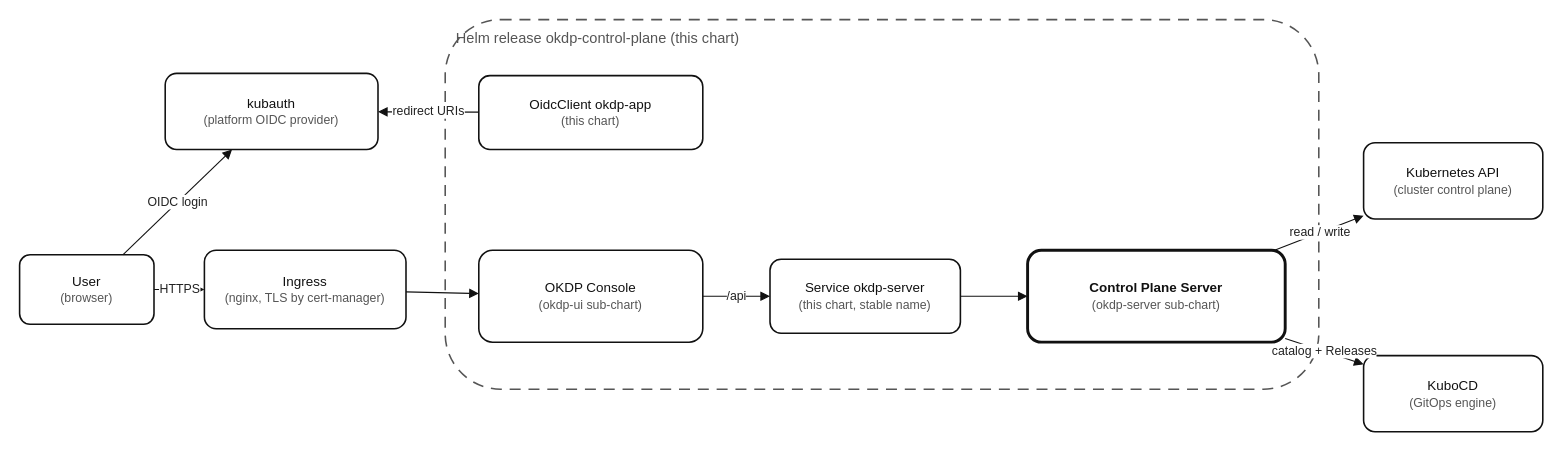
Before: docs/assets/architecture.drawio in OKDP/okdp-control-plane-charts, a draw.io diagram. Source tidied: cells renumbered, new cells numbered last; positions are measured from the earlier drawing's top-left corner, leaving out a move shared by most shapes. Both pictures are drawn from the tidied source at 112%, with x=0, y=0 at pixel (19, 19).
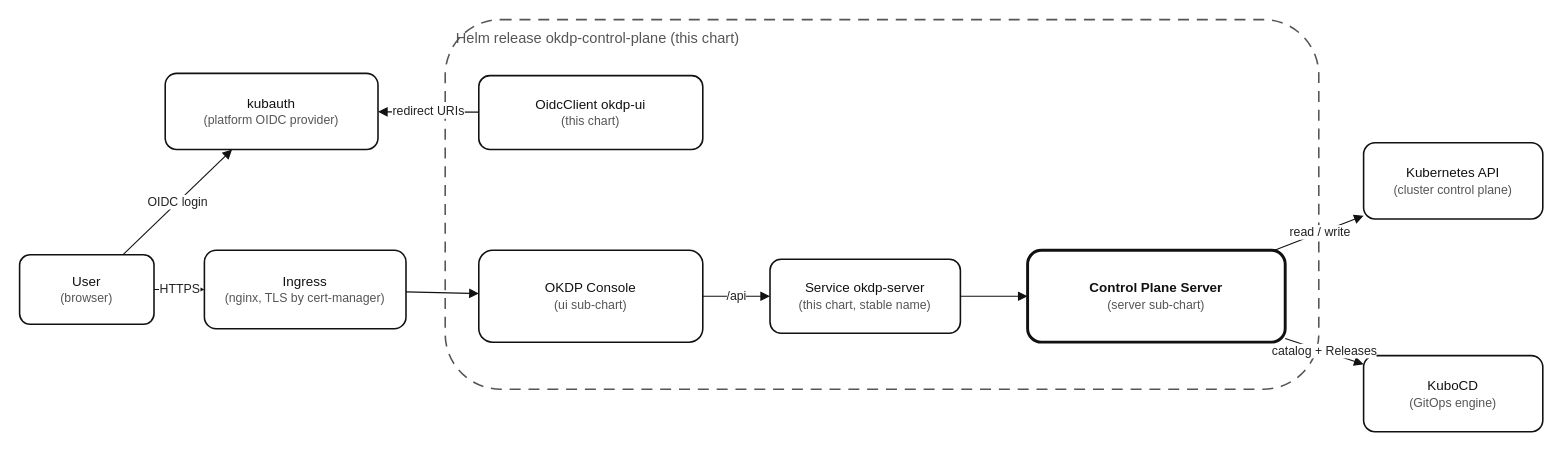
After the change.

What changed in the source:
```diff
@@
 <mxGraphModel>
   <root>
     <mxCell id="0" />
     <mxCell id="1" parent="0" />
     <mxCell id="2" value="Helm release okdp-control-plane (this chart)" style="rounded=1;whiteSpace=wrap;html=1;dashed=1;dashPattern=7 5;fillColor=none;strokeColor=#555555;strokeWidth=1.4;fontColor=#555555;fontSize=13;verticalAlign=top;align=left;spacingLeft=8;spacingTop=2;" parent="1" vertex="1">
       <mxGeometry x="380" width="780" height="330" as="geometry" />
     </mxCell>
     <mxCell id="3" value="User&lt;br&gt;&lt;font style=&quot;font-size:11px&quot; color=&quot;#555555&quot;&gt;(browser)&lt;/font&gt;" style="rounded=1;whiteSpace=wrap;html=1;fillColor=#ffffff;strokeColor=#111111;fontColor=#111111;strokeWidth=1.4;" parent="1" vertex="1">
       <mxGeometry y="210" width="120" height="62" as="geometry" />
     </mxCell>
     <mxCell id="4" value="Ingress&lt;br&gt;&lt;font style=&quot;font-size:11px&quot; color=&quot;#555555&quot;&gt;(nginx, TLS by cert-manager)&lt;/font&gt;" style="rounded=1;whiteSpace=wrap;html=1;fillColor=#ffffff;strokeColor=#111111;fontColor=#111111;strokeWidth=1.4;" parent="1" vertex="1">
       <mxGeometry x="165" y="206" width="180" height="70" as="geometry" />
     </mxCell>
     <mxCell id="5" value="kubauth&lt;br&gt;&lt;font style=&quot;font-size:11px&quot; color=&quot;#555555&quot;&gt;(platform OIDC provider)&lt;/font&gt;" style="rounded=1;whiteSpace=wrap;html=1;fillColor=#ffffff;strokeColor=#111111;fontColor=#111111;strokeWidth=1.4;" parent="1" vertex="1">
       <mxGeometry x="130" y="48" width="190" height="68" as="geometry" />
     </mxCell>
-    <mxCell id="6" value="OidcClient okdp-app&lt;br&gt;&lt;font style=&quot;font-size:11px&quot; color=&quot;#555555&quot;&gt;(this chart)&lt;/font&gt;" style="rounded=1;whiteSpace=wrap;html=1;fillColor=#ffffff;strokeColor=#111111;fontColor=#111111;strokeWidth=1.4;" parent="1" vertex="1">
+    <mxCell id="6" value="OidcClient okdp-ui&lt;br&gt;&lt;font style=&quot;font-size:11px&quot; color=&quot;#555555&quot;&gt;(this chart)&lt;/font&gt;" style="rounded=1;whiteSpace=wrap;html=1;fillColor=#ffffff;strokeColor=#111111;fontColor=#111111;strokeWidth=1.4;" parent="1" vertex="1">
       <mxGeometry x="410" y="50" width="200" height="66" as="geometry" />
     </mxCell>
-    <mxCell id="7" value="OKDP Console&lt;br&gt;&lt;font style=&quot;font-size:11px&quot; color=&quot;#555555&quot;&gt;(okdp-ui sub-chart)&lt;/font&gt;" style="rounded=1;whiteSpace=wrap;html=1;fillColor=#ffffff;strokeColor=#111111;fontColor=#111111;strokeWidth=1.4;" parent="1" vertex="1">
+    <mxCell id="7" value="OKDP Console&lt;br&gt;&lt;font style=&quot;font-size:11px&quot; color=&quot;#555555&quot;&gt;(ui sub-chart)&lt;/font&gt;" style="rounded=1;whiteSpace=wrap;html=1;fillColor=#ffffff;strokeColor=#111111;fontColor=#111111;strokeWidth=1.4;" parent="1" vertex="1">
       <mxGeometry x="410" y="206" width="200" height="82" as="geometry" />
     </mxCell>
     <mxCell id="8" value="Service okdp-server&lt;br&gt;&lt;font style=&quot;font-size:11px&quot; color=&quot;#555555&quot;&gt;(this chart, stable name)&lt;/font&gt;" style="rounded=1;whiteSpace=wrap;html=1;fillColor=#ffffff;strokeColor=#111111;fontColor=#111111;strokeWidth=1.4;" parent="1" vertex="1">
       <mxGeometry x="670" y="214" width="170" height="66" as="geometry" />
     </mxCell>
-    <mxCell id="9" value="&lt;b&gt;Control Plane Server&lt;/b&gt;&lt;br&gt;&lt;font style=&quot;font-size:11px&quot; color=&quot;#555555&quot;&gt;(okdp-server sub-chart)&lt;/font&gt;" style="rounded=1;whiteSpace=wrap;html=1;fillColor=#ffffff;strokeColor=#111111;fontColor=#111111;strokeWidth=2.6;" parent="1" vertex="1">
+    <mxCell id="9" value="&lt;b&gt;Control Plane Server&lt;/b&gt;&lt;br&gt;&lt;font style=&quot;font-size:11px&quot; color=&quot;#555555&quot;&gt;(server sub-chart)&lt;/font&gt;" style="rounded=1;whiteSpace=wrap;html=1;fillColor=#ffffff;strokeColor=#111111;fontColor=#111111;strokeWidth=2.6;" parent="1" vertex="1">
       <mxGeometry x="900" y="206" width="230" height="82" as="geometry" />
     </mxCell>
     <mxCell id="10" value="Kubernetes API&lt;br&gt;&lt;font style=&quot;font-size:11px&quot; color=&quot;#555555&quot;&gt;(cluster control plane)&lt;/font&gt;" style="rounded=1;whiteSpace=wrap;html=1;fillColor=#ffffff;strokeColor=#111111;fontColor=#111111;strokeWidth=1.4;" parent="1" vertex="1">
       <mxGeometry x="1200" y="110" width="160" height="68" as="geometry" />
     </mxCell>
     <mxCell id="11" value="KuboCD&lt;br&gt;&lt;font style=&quot;font-size:11px&quot; color=&quot;#555555&quot;&gt;(GitOps engine)&lt;/font&gt;" style="rounded=1;whiteSpace=wrap;html=1;fillColor=#ffffff;strokeColor=#111111;fontColor=#111111;strokeWidth=1.4;" parent="1" vertex="1">
       <mxGeometry x="1200" y="300" width="160" height="68" as="geometry" />
     </mxCell>
     <mxCell id="12" value="HTTPS" style="edgeStyle=none;html=1;strokeColor=#111111;fontColor=#222222;endArrow=block;endFill=1;" parent="1" edge="1" source="3" target="4">
       <mxGeometry relative="1" as="geometry" />
     </mxCell>
     <mxCell id="13" style="edgeStyle=none;html=1;strokeColor=#111111;endArrow=block;endFill=1;" parent="1" edge="1" source="4" target="7">
       <mxGeometry relative="1" as="geometry" />
     </mxCell>
     <mxCell id="14" value="/api" style="edgeStyle=none;html=1;strokeColor=#111111;fontColor=#222222;endArrow=block;endFill=1;" parent="1" edge="1" source="7" target="8">
       <mxGeometry relative="1" as="geometry" />
     </mxCell>
     <mxCell id="15" style="edgeStyle=none;html=1;strokeColor=#111111;endArrow=block;endFill=1;" parent="1" edge="1" source="8" target="9">
       <mxGeometry relative="1" as="geometry" />
     </mxCell>
     <mxCell id="16" value="read / write" style="edgeStyle=none;html=1;strokeColor=#111111;fontColor=#222222;endArrow=block;endFill=1;" parent="1" edge="1" source="9" target="10">
       <mxGeometry relative="1" as="geometry" />
     </mxCell>
     <mxCell id="17" value="catalog + Releases" style="edgeStyle=none;html=1;strokeColor=#111111;fontColor=#222222;endArrow=block;endFill=1;" parent="1" edge="1" source="9" target="11">
       <mxGeometry relative="1" as="geometry" />
     </mxCell>
     <mxCell id="18" value="redirect URIs" style="edgeStyle=none;html=1;strokeColor=#111111;fontColor=#222222;endArrow=block;endFill=1;" parent="1" edge="1" source="6" target="5">
       <mxGeometry relative="1" as="geometry" />
     </mxCell>
     <mxCell id="19" value="OIDC login" style="edgeStyle=none;html=1;strokeColor=#111111;fontColor=#222222;endArrow=block;endFill=1;" parent="1" edge="1" source="3" target="5">
       <mxGeometry relative="1" as="geometry" />
     </mxCell>
   </root>
 </mxGraphModel>
```
